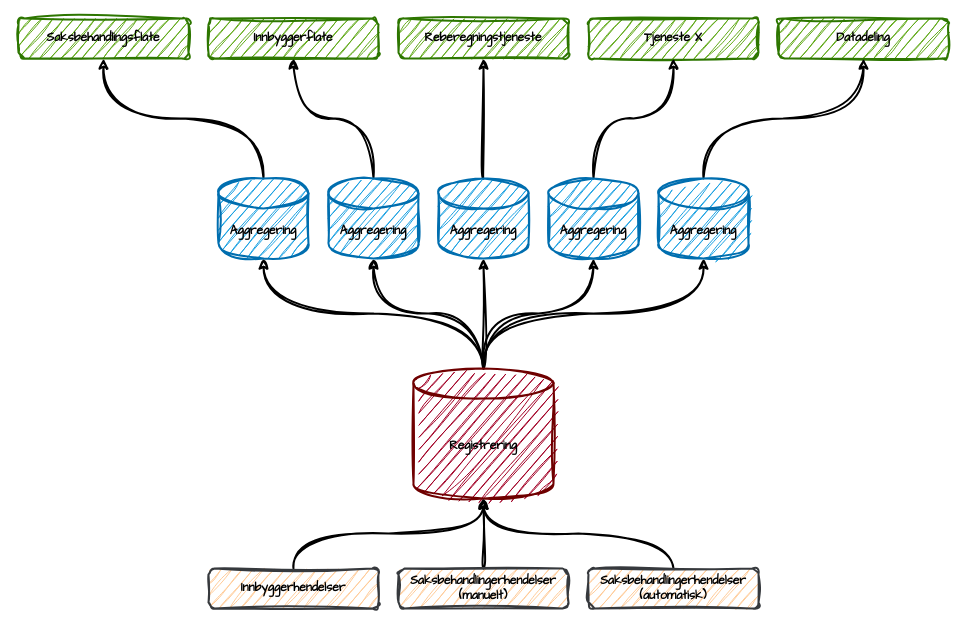
Before: docs/test.drawio in navikt/dp-dokumentasjon, a draw.io diagram. Source tidied: cells renumbered, new cells numbered last; positions are measured from the earlier drawing's top-left corner, leaving out a move shared by most shapes. Both pictures are drawn from the tidied source at 100%, with x=0, y=0 at pixel (18, 18).
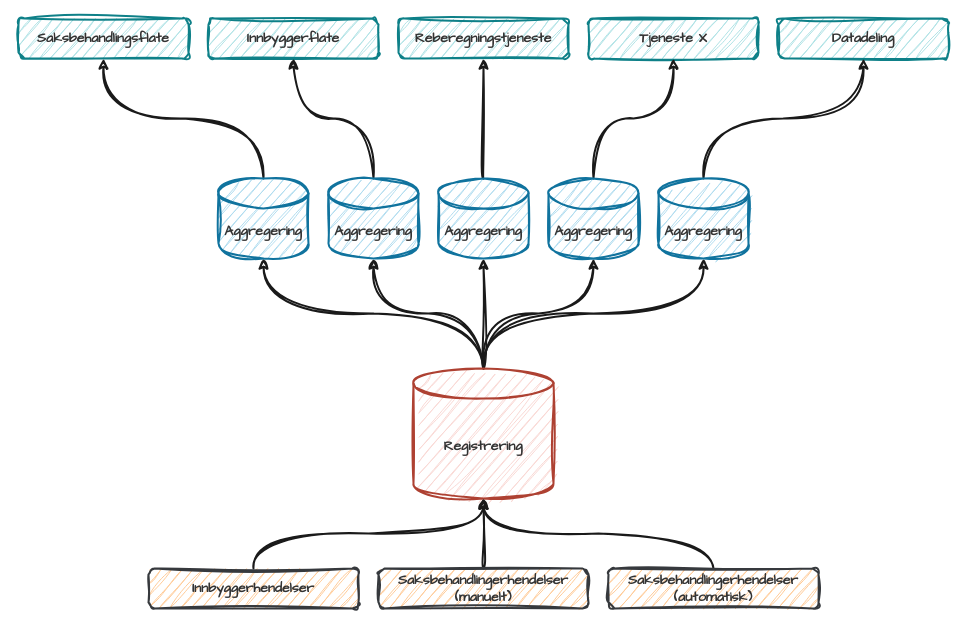
The same diagram, later.

What changed in the source:
```diff
@@
-<mxGraphModel>
+<mxGraphModel background="#ffffff">
@@
-    <mxCell id="2" value="Saksbehandlingsflate" style="rounded=1;whiteSpace=wrap;html=1;strokeColor=#2D7600;fontColor=#000000;fillColor=#60a917;sketch=1;curveFitting=1;jiggle=2;strokeWidth=2;fontFamily=Comic Sans MS;fillStyle=auto;fontStyle=1;" parent="1" vertex="1">
+    <mxCell id="2" value="Saksbehandlingsflate" style="rounded=1;whiteSpace=wrap;html=1;strokeColor=#0e8088;fillColor=#b0e3e6;sketch=1;curveFitting=1;jiggle=2;strokeWidth=2;fontFamily=Comic Sans MS;fillStyle=auto;fontStyle=1;fontSize=14;labelBackgroundColor=none;fontColor=#333333;" parent="1" vertex="1">
       <mxGeometry width="170" height="40" as="geometry" />
     </mxCell>
-    <mxCell id="3" value="Innbyggerflate" style="rounded=1;whiteSpace=wrap;html=1;strokeColor=#2D7600;fontColor=#000000;fillColor=#60a917;sketch=1;curveFitting=1;jiggle=2;strokeWidth=2;fontFamily=Comic Sans MS;fillStyle=auto;fontStyle=1;" parent="1" vertex="1">
+    <mxCell id="3" value="Innbyggerflate" style="rounded=1;whiteSpace=wrap;html=1;strokeColor=#0e8088;fillColor=#b0e3e6;sketch=1;curveFitting=1;jiggle=2;strokeWidth=2;fontFamily=Comic Sans MS;fillStyle=auto;fontStyle=1;fontSize=14;labelBackgroundColor=none;fontColor=#333333;" parent="1" vertex="1">
       <mxGeometry x="190" width="170" height="40" as="geometry" />
     </mxCell>
-    <mxCell id="4" value="Reberegningstjeneste" style="rounded=1;whiteSpace=wrap;html=1;strokeColor=#2D7600;fontColor=#000000;fillColor=#60a917;sketch=1;curveFitting=1;jiggle=2;strokeWidth=2;fontFamily=Comic Sans MS;fillStyle=auto;fontStyle=1;" parent="1" vertex="1">
+    <mxCell id="4" value="Reberegningstjeneste" style="rounded=1;whiteSpace=wrap;html=1;strokeColor=#0e8088;fillColor=#b0e3e6;sketch=1;curveFitting=1;jiggle=2;strokeWidth=2;fontFamily=Comic Sans MS;fillStyle=auto;fontStyle=1;fontSize=14;labelBackgroundColor=none;fontColor=#333333;" parent="1" vertex="1">
       <mxGeometry x="380" width="170" height="40" as="geometry" />
     </mxCell>
-    <mxCell id="5" value="Tjeneste X" style="rounded=1;whiteSpace=wrap;html=1;strokeColor=#2D7600;fontColor=#000000;fillColor=#60a917;sketch=1;curveFitting=1;jiggle=2;strokeWidth=2;fontFamily=Comic Sans MS;fillStyle=auto;fontStyle=1;" parent="1" vertex="1">
+    <mxCell id="5" value="Tjeneste X" style="rounded=1;whiteSpace=wrap;html=1;strokeColor=#0e8088;fillColor=#b0e3e6;sketch=1;curveFitting=1;jiggle=2;strokeWidth=2;fontFamily=Comic Sans MS;fillStyle=auto;fontStyle=1;fontSize=14;labelBackgroundColor=none;fontColor=#333333;" parent="1" vertex="1">
       <mxGeometry x="570" width="170" height="40" as="geometry" />
     </mxCell>
-    <mxCell id="6" value="Datadeling" style="rounded=1;whiteSpace=wrap;html=1;strokeColor=#2D7600;fontColor=#000000;fillColor=#60a917;sketch=1;curveFitting=1;jiggle=2;strokeWidth=2;fontFamily=Comic Sans MS;fillStyle=auto;fontStyle=1;" parent="1" vertex="1">
+    <mxCell id="6" value="Datadeling" style="rounded=1;whiteSpace=wrap;html=1;strokeColor=#0e8088;fillColor=#b0e3e6;sketch=1;curveFitting=1;jiggle=2;strokeWidth=2;fontFamily=Comic Sans MS;fillStyle=auto;fontStyle=1;fontSize=14;labelBackgroundColor=none;fontColor=#333333;" parent="1" vertex="1">
       <mxGeometry x="760" width="170" height="40" as="geometry" />
     </mxCell>
-    <mxCell id="7" style="edgeStyle=orthogonalEdgeStyle;rounded=0;jettySize=auto;html=1;entryX=0.5;entryY=1;entryDx=0;entryDy=0;curved=1;exitX=0.5;exitY=0;exitDx=0;exitDy=0;exitPerimeter=0;sketch=1;curveFitting=1;jiggle=2;strokeWidth=2;fontFamily=Comic Sans MS;fontColor=#000000;fontStyle=1;" parent="1" edge="1" source="8" target="2">
+    <mxCell id="7" style="edgeStyle=orthogonalEdgeStyle;rounded=0;jettySize=auto;html=1;entryX=0.5;entryY=1;entryDx=0;entryDy=0;curved=1;exitX=0.5;exitY=0;exitDx=0;exitDy=0;exitPerimeter=0;sketch=1;curveFitting=1;jiggle=2;strokeWidth=2;fontFamily=Comic Sans MS;fontColor=#333333;fontStyle=1;fontSize=14;strokeColor=#1A1A1A;" parent="1" edge="1" source="8" target="2">
       <mxGeometry relative="1" as="geometry" />
     </mxCell>
-    <mxCell id="8" value="Aggregering" style="shape=cylinder3;whiteSpace=wrap;html=1;boundedLbl=1;backgroundOutline=1;size=15;strokeColor=#006EAF;fontColor=#000000;fillColor=#1ba1e2;sketch=1;curveFitting=1;jiggle=2;strokeWidth=2;fontFamily=Comic Sans MS;fontStyle=1;" parent="1" vertex="1">
+    <mxCell id="8" value="Aggregering" style="shape=cylinder3;whiteSpace=wrap;html=1;boundedLbl=1;backgroundOutline=1;size=15;strokeColor=#10739e;fillColor=#b1ddf0;sketch=1;curveFitting=1;jiggle=2;strokeWidth=2;fontFamily=Comic Sans MS;fontStyle=1;labelBackgroundColor=none;fontSize=14;fontColor=#333333;" parent="1" vertex="1">
       <mxGeometry x="200" y="160" width="90" height="80" as="geometry" />
     </mxCell>
-    <mxCell id="9" style="edgeStyle=orthogonalEdgeStyle;curved=1;rounded=0;jettySize=auto;html=1;entryX=0.5;entryY=1;entryDx=0;entryDy=0;entryPerimeter=0;exitX=0.5;exitY=0;exitDx=0;exitDy=0;exitPerimeter=0;sketch=1;curveFitting=1;jiggle=2;strokeWidth=2;fontFamily=Comic Sans MS;fontColor=#000000;fontStyle=1;" parent="1" edge="1" source="14" target="8">
+    <mxCell id="9" style="edgeStyle=orthogonalEdgeStyle;curved=1;rounded=0;jettySize=auto;html=1;entryX=0.5;entryY=1;entryDx=0;entryDy=0;entryPerimeter=0;exitX=0.5;exitY=0;exitDx=0;exitDy=0;exitPerimeter=0;sketch=1;curveFitting=1;jiggle=2;strokeWidth=2;fontFamily=Comic Sans MS;fontColor=#333333;fontStyle=1;fontSize=14;strokeColor=#1A1A1A;" parent="1" edge="1" source="14" target="8">
       <mxGeometry relative="1" as="geometry" />
     </mxCell>
-    <mxCell id="10" style="edgeStyle=orthogonalEdgeStyle;curved=1;rounded=0;jettySize=auto;html=1;entryX=0.5;entryY=1;entryDx=0;entryDy=0;entryPerimeter=0;sketch=1;curveFitting=1;jiggle=2;strokeWidth=2;fontFamily=Comic Sans MS;fontColor=#000000;fontStyle=1;" parent="1" edge="1" source="14" target="16">
+    <mxCell id="10" style="edgeStyle=orthogonalEdgeStyle;curved=1;rounded=0;jettySize=auto;html=1;entryX=0.5;entryY=1;entryDx=0;entryDy=0;entryPerimeter=0;sketch=1;curveFitting=1;jiggle=2;strokeWidth=2;fontFamily=Comic Sans MS;fontColor=#333333;fontStyle=1;fontSize=14;strokeColor=#1A1A1A;" parent="1" edge="1" source="14" target="16">
       <mxGeometry relative="1" as="geometry" />
     </mxCell>
-    <mxCell id="11" style="edgeStyle=orthogonalEdgeStyle;curved=1;rounded=0;jettySize=auto;html=1;entryX=0.5;entryY=1;entryDx=0;entryDy=0;entryPerimeter=0;sketch=1;curveFitting=1;jiggle=2;strokeWidth=2;fontFamily=Comic Sans MS;fontColor=#000000;fontStyle=1;" parent="1" edge="1" source="14" target="18">
+    <mxCell id="11" style="edgeStyle=orthogonalEdgeStyle;curved=1;rounded=0;jettySize=auto;html=1;entryX=0.5;entryY=1;entryDx=0;entryDy=0;entryPerimeter=0;sketch=1;curveFitting=1;jiggle=2;strokeWidth=2;fontFamily=Comic Sans MS;fontColor=#333333;fontStyle=1;fontSize=14;strokeColor=#1A1A1A;" parent="1" edge="1" source="14" target="18">
       <mxGeometry relative="1" as="geometry" />
     </mxCell>
-    <mxCell id="12" style="edgeStyle=orthogonalEdgeStyle;curved=1;rounded=0;jettySize=auto;html=1;entryX=0.5;entryY=1;entryDx=0;entryDy=0;entryPerimeter=0;sketch=1;curveFitting=1;jiggle=2;strokeWidth=2;fontFamily=Comic Sans MS;fontColor=#000000;fontStyle=1;" parent="1" edge="1" source="14" target="20">
+    <mxCell id="12" style="edgeStyle=orthogonalEdgeStyle;curved=1;rounded=0;jettySize=auto;html=1;entryX=0.5;entryY=1;entryDx=0;entryDy=0;entryPerimeter=0;sketch=1;curveFitting=1;jiggle=2;strokeWidth=2;fontFamily=Comic Sans MS;fontColor=#333333;fontStyle=1;fontSize=14;strokeColor=#1A1A1A;" parent="1" edge="1" source="14" target="20">
       <mxGeometry relative="1" as="geometry" />
     </mxCell>
-    <mxCell id="13" style="edgeStyle=orthogonalEdgeStyle;curved=1;rounded=0;jettySize=auto;html=1;entryX=0.5;entryY=1;entryDx=0;entryDy=0;entryPerimeter=0;exitX=0.5;exitY=0;exitDx=0;exitDy=0;exitPerimeter=0;sketch=1;curveFitting=1;jiggle=2;strokeWidth=2;fontFamily=Comic Sans MS;fontColor=#000000;fontStyle=1;" parent="1" edge="1" source="14" target="22">
+    <mxCell id="13" style="edgeStyle=orthogonalEdgeStyle;curved=1;rounded=0;jettySize=auto;html=1;entryX=0.5;entryY=1;entryDx=0;entryDy=0;entryPerimeter=0;exitX=0.5;exitY=0;exitDx=0;exitDy=0;exitPerimeter=0;sketch=1;curveFitting=1;jiggle=2;strokeWidth=2;fontFamily=Comic Sans MS;fontColor=#333333;fontStyle=1;fontSize=14;strokeColor=#1A1A1A;" parent="1" edge="1" source="14" target="22">
       <mxGeometry relative="1" as="geometry" />
     </mxCell>
-    <mxCell id="14" value="Registrering" style="shape=cylinder3;whiteSpace=wrap;html=1;boundedLbl=1;backgroundOutline=1;size=15;strokeColor=#6F0000;fontColor=#000000;fillColor=#a20025;sketch=1;curveFitting=1;jiggle=2;strokeWidth=2;fontFamily=Comic Sans MS;fontStyle=1;" parent="1" vertex="1">
+    <mxCell id="14" value="Registrering" style="shape=cylinder3;whiteSpace=wrap;html=1;boundedLbl=1;backgroundOutline=1;size=15;strokeColor=#ae4132;fillColor=#fad9d5;sketch=1;curveFitting=1;jiggle=2;strokeWidth=2;fontFamily=Comic Sans MS;fontStyle=1;fontSize=14;labelBackgroundColor=none;fontColor=#333333;" parent="1" vertex="1">
       <mxGeometry x="395" y="350" width="140" height="130" as="geometry" />
     </mxCell>
-    <mxCell id="15" style="edgeStyle=orthogonalEdgeStyle;curved=1;rounded=0;jettySize=auto;html=1;entryX=0.5;entryY=1;entryDx=0;entryDy=0;sketch=1;curveFitting=1;jiggle=2;strokeWidth=2;fontFamily=Comic Sans MS;fontColor=#000000;fontStyle=1;" parent="1" edge="1" source="16" target="3">
+    <mxCell id="15" style="edgeStyle=orthogonalEdgeStyle;curved=1;rounded=0;jettySize=auto;html=1;entryX=0.5;entryY=1;entryDx=0;entryDy=0;sketch=1;curveFitting=1;jiggle=2;strokeWidth=2;fontFamily=Comic Sans MS;fontColor=#333333;fontStyle=1;fontSize=14;strokeColor=#1A1A1A;" parent="1" edge="1" source="16" target="3">
       <mxGeometry relative="1" as="geometry" />
     </mxCell>
-    <mxCell id="16" value="Aggregering" style="shape=cylinder3;whiteSpace=wrap;html=1;boundedLbl=1;backgroundOutline=1;size=15;strokeColor=#006EAF;fontColor=#000000;fillColor=#1ba1e2;sketch=1;curveFitting=1;jiggle=2;strokeWidth=2;fontFamily=Comic Sans MS;fontStyle=1;" parent="1" vertex="1">
+    <mxCell id="16" value="Aggregering" style="shape=cylinder3;whiteSpace=wrap;html=1;boundedLbl=1;backgroundOutline=1;size=15;strokeColor=#10739e;fillColor=#b1ddf0;sketch=1;curveFitting=1;jiggle=2;strokeWidth=2;fontFamily=Comic Sans MS;fontStyle=1;fontSize=14;fontColor=#333333;" parent="1" vertex="1">
       <mxGeometry x="310" y="160" width="90" height="80" as="geometry" />
     </mxCell>
-    <mxCell id="17" style="edgeStyle=orthogonalEdgeStyle;curved=1;rounded=0;jettySize=auto;html=1;entryX=0.5;entryY=1;entryDx=0;entryDy=0;sketch=1;curveFitting=1;jiggle=2;strokeWidth=2;fontFamily=Comic Sans MS;fontColor=#000000;fontStyle=1;" parent="1" edge="1" source="18" target="4">
+    <mxCell id="17" style="edgeStyle=orthogonalEdgeStyle;curved=1;rounded=0;jettySize=auto;html=1;entryX=0.5;entryY=1;entryDx=0;entryDy=0;sketch=1;curveFitting=1;jiggle=2;strokeWidth=2;fontFamily=Comic Sans MS;fontColor=#333333;fontStyle=1;fontSize=14;strokeColor=#1A1A1A;" parent="1" edge="1" source="18" target="4">
       <mxGeometry relative="1" as="geometry" />
     </mxCell>
-    <mxCell id="18" value="Aggregering" style="shape=cylinder3;whiteSpace=wrap;html=1;boundedLbl=1;backgroundOutline=1;size=15;strokeColor=#006EAF;fontColor=#000000;fillColor=#1ba1e2;sketch=1;curveFitting=1;jiggle=2;strokeWidth=2;fontFamily=Comic Sans MS;fontStyle=1;" parent="1" vertex="1">
+    <mxCell id="18" value="Aggregering" style="shape=cylinder3;whiteSpace=wrap;html=1;boundedLbl=1;backgroundOutline=1;size=15;strokeColor=#10739e;fillColor=#b1ddf0;sketch=1;curveFitting=1;jiggle=2;strokeWidth=2;fontFamily=Comic Sans MS;fontStyle=1;fontSize=14;fontColor=#333333;" parent="1" vertex="1">
       <mxGeometry x="420" y="160" width="90" height="80" as="geometry" />
     </mxCell>
-    <mxCell id="19" style="edgeStyle=orthogonalEdgeStyle;curved=1;rounded=0;jettySize=auto;html=1;entryX=0.5;entryY=1;entryDx=0;entryDy=0;sketch=1;curveFitting=1;jiggle=2;strokeWidth=2;fontFamily=Comic Sans MS;fontColor=#000000;fontStyle=1;" parent="1" edge="1" source="20" target="5">
+    <mxCell id="19" style="edgeStyle=orthogonalEdgeStyle;curved=1;rounded=0;jettySize=auto;html=1;entryX=0.5;entryY=1;entryDx=0;entryDy=0;sketch=1;curveFitting=1;jiggle=2;strokeWidth=2;fontFamily=Comic Sans MS;fontColor=#333333;fontStyle=1;fontSize=14;strokeColor=#1A1A1A;" parent="1" edge="1" source="20" target="5">
       <mxGeometry relative="1" as="geometry" />
     </mxCell>
-    <mxCell id="20" value="Aggregering" style="shape=cylinder3;whiteSpace=wrap;html=1;boundedLbl=1;backgroundOutline=1;size=15;strokeColor=#006EAF;fontColor=#000000;fillColor=#1ba1e2;sketch=1;curveFitting=1;jiggle=2;strokeWidth=2;fontFamily=Comic Sans MS;fontStyle=1;" parent="1" vertex="1">
+    <mxCell id="20" value="Aggregering" style="shape=cylinder3;whiteSpace=wrap;html=1;boundedLbl=1;backgroundOutline=1;size=15;strokeColor=#10739e;fillColor=#b1ddf0;sketch=1;curveFitting=1;jiggle=2;strokeWidth=2;fontFamily=Comic Sans MS;fontStyle=1;fontSize=14;fontColor=#333333;" parent="1" vertex="1">
       <mxGeometry x="530" y="160" width="90" height="80" as="geometry" />
     </mxCell>
-    <mxCell id="21" style="edgeStyle=orthogonalEdgeStyle;curved=1;rounded=0;jettySize=auto;html=1;entryX=0.5;entryY=1;entryDx=0;entryDy=0;exitX=0.5;exitY=0;exitDx=0;exitDy=0;exitPerimeter=0;sketch=1;curveFitting=1;jiggle=2;strokeWidth=2;fontFamily=Comic Sans MS;fontColor=#000000;fontStyle=1;" parent="1" edge="1" source="22" target="6">
+    <mxCell id="21" style="edgeStyle=orthogonalEdgeStyle;curved=1;rounded=0;jettySize=auto;html=1;entryX=0.5;entryY=1;entryDx=0;entryDy=0;exitX=0.5;exitY=0;exitDx=0;exitDy=0;exitPerimeter=0;sketch=1;curveFitting=1;jiggle=2;strokeWidth=2;fontFamily=Comic Sans MS;fontColor=#333333;fontStyle=1;fontSize=14;strokeColor=#1A1A1A;" parent="1" edge="1" source="22" target="6">
       <mxGeometry relative="1" as="geometry" />
     </mxCell>
-    <mxCell id="22" value="Aggregering" style="shape=cylinder3;whiteSpace=wrap;html=1;boundedLbl=1;backgroundOutline=1;size=15;strokeColor=#006EAF;fontColor=#000000;fillColor=#1ba1e2;sketch=1;curveFitting=1;jiggle=2;strokeWidth=2;fontFamily=Comic Sans MS;fontStyle=1;" parent="1" vertex="1">
+    <mxCell id="22" value="Aggregering" style="shape=cylinder3;whiteSpace=wrap;html=1;boundedLbl=1;backgroundOutline=1;size=15;strokeColor=#10739e;fillColor=#b1ddf0;sketch=1;curveFitting=1;jiggle=2;strokeWidth=2;fontFamily=Comic Sans MS;fontStyle=1;fontSize=14;fontColor=#333333;" parent="1" vertex="1">
       <mxGeometry x="640" y="160" width="90" height="80" as="geometry" />
     </mxCell>
-    <mxCell id="23" style="edgeStyle=orthogonalEdgeStyle;curved=1;rounded=0;jettySize=auto;html=1;entryX=0.5;entryY=1;entryDx=0;entryDy=0;entryPerimeter=0;exitX=0.5;exitY=0;exitDx=0;exitDy=0;sketch=1;curveFitting=1;jiggle=2;strokeWidth=2;fontFamily=Comic Sans MS;fontColor=#000000;fontStyle=1;" parent="1" edge="1" source="24" target="14">
+    <mxCell id="23" style="edgeStyle=orthogonalEdgeStyle;curved=1;rounded=0;jettySize=auto;html=1;entryX=0.5;entryY=1;entryDx=0;entryDy=0;entryPerimeter=0;exitX=0.5;exitY=0;exitDx=0;exitDy=0;sketch=1;curveFitting=1;jiggle=2;strokeWidth=2;fontFamily=Comic Sans MS;fontColor=#333333;fontStyle=1;fontSize=14;strokeColor=#1A1A1A;" parent="1" edge="1" source="24" target="14">
       <mxGeometry relative="1" as="geometry" />
     </mxCell>
-    <mxCell id="24" value="Innbyggerhendelser" style="rounded=1;whiteSpace=wrap;html=1;strokeColor=#36393d;fillColor=#ffcc99;sketch=1;curveFitting=1;jiggle=2;strokeWidth=2;fontFamily=Comic Sans MS;fontColor=#000000;fontStyle=1;" parent="1" vertex="1">
-      <mxGeometry x="190" y="550" width="170" height="40" as="geometry" />
+    <mxCell id="24" value="Innbyggerhendelser" style="rounded=1;whiteSpace=wrap;html=1;strokeColor=#36393d;fillColor=#ffcc99;sketch=1;curveFitting=1;jiggle=2;strokeWidth=2;fontFamily=Comic Sans MS;fontColor=#333333;fontStyle=1;fontSize=14;" parent="1" vertex="1">
+      <mxGeometry x="130" y="550" width="210" height="40" as="geometry" />
     </mxCell>
-    <mxCell id="25" style="edgeStyle=orthogonalEdgeStyle;curved=1;rounded=0;jettySize=auto;html=1;entryX=0.5;entryY=1;entryDx=0;entryDy=0;entryPerimeter=0;sketch=1;curveFitting=1;jiggle=2;strokeWidth=2;fontFamily=Comic Sans MS;fontColor=#000000;fontStyle=1;" parent="1" edge="1" source="26" target="14">
+    <mxCell id="25" style="edgeStyle=orthogonalEdgeStyle;curved=1;rounded=0;jettySize=auto;html=1;entryX=0.5;entryY=1;entryDx=0;entryDy=0;entryPerimeter=0;sketch=1;curveFitting=1;jiggle=2;strokeWidth=2;fontFamily=Comic Sans MS;fontColor=#333333;fontStyle=1;fontSize=14;strokeColor=#1A1A1A;" parent="1" edge="1" source="26" target="14">
       <mxGeometry relative="1" as="geometry" />
     </mxCell>
-    <mxCell id="26" value="Saksbehandlingerhendelser&lt;br&gt;(manuelt)" style="rounded=1;whiteSpace=wrap;html=1;strokeColor=#36393d;fillColor=#ffcc99;sketch=1;curveFitting=1;jiggle=2;strokeWidth=2;fontFamily=Comic Sans MS;fontColor=#000000;fontStyle=1;" parent="1" vertex="1">
-      <mxGeometry x="380" y="550" width="170" height="40" as="geometry" />
+    <mxCell id="26" value="Saksbehandlingerhendelser&lt;br style=&quot;font-size: 14px;&quot;&gt;(manuelt)" style="rounded=1;whiteSpace=wrap;html=1;strokeColor=#36393d;fillColor=#ffcc99;sketch=1;curveFitting=1;jiggle=2;strokeWidth=2;fontFamily=Comic Sans MS;fontColor=#333333;fontStyle=1;fontSize=14;" parent="1" vertex="1">
+      <mxGeometry x="360" y="550" width="210" height="40" as="geometry" />
     </mxCell>
-    <mxCell id="27" style="edgeStyle=orthogonalEdgeStyle;curved=1;rounded=0;jettySize=auto;html=1;exitX=0.5;exitY=0;exitDx=0;exitDy=0;entryX=0.5;entryY=1;entryDx=0;entryDy=0;entryPerimeter=0;sketch=1;curveFitting=1;jiggle=2;strokeWidth=2;fontFamily=Comic Sans MS;fontColor=#000000;fontStyle=1;" parent="1" edge="1" source="28" target="14">
+    <mxCell id="27" style="edgeStyle=orthogonalEdgeStyle;curved=1;rounded=0;jettySize=auto;html=1;exitX=0.5;exitY=0;exitDx=0;exitDy=0;entryX=0.5;entryY=1;entryDx=0;entryDy=0;entryPerimeter=0;sketch=1;curveFitting=1;jiggle=2;strokeWidth=2;fontFamily=Comic Sans MS;fontColor=#333333;fontStyle=1;fontSize=14;strokeColor=#1A1A1A;" parent="1" edge="1" source="28" target="14">
       <mxGeometry relative="1" as="geometry" />
     </mxCell>
-    <mxCell id="28" value="Saksbehandlingerhendelser&lt;br&gt;(automatisk)" style="rounded=1;whiteSpace=wrap;html=1;strokeColor=#36393d;fillColor=#ffcc99;sketch=1;curveFitting=1;jiggle=2;strokeWidth=2;fontFamily=Comic Sans MS;fontColor=#000000;fontStyle=1;" parent="1" vertex="1">
-      <mxGeometry x="570" y="550" width="170" height="40" as="geometry" />
+    <mxCell id="28" value="Saksbehandlingerhendelser&lt;br style=&quot;font-size: 14px;&quot;&gt;(automatisk)" style="rounded=1;whiteSpace=wrap;html=1;strokeColor=#36393d;fillColor=#ffcc99;sketch=1;curveFitting=1;jiggle=2;strokeWidth=2;fontFamily=Comic Sans MS;fontColor=#333333;fontStyle=1;fontSize=14;" parent="1" vertex="1">
+      <mxGeometry x="590" y="550" width="210" height="40" as="geometry" />
     </mxCell>
```
